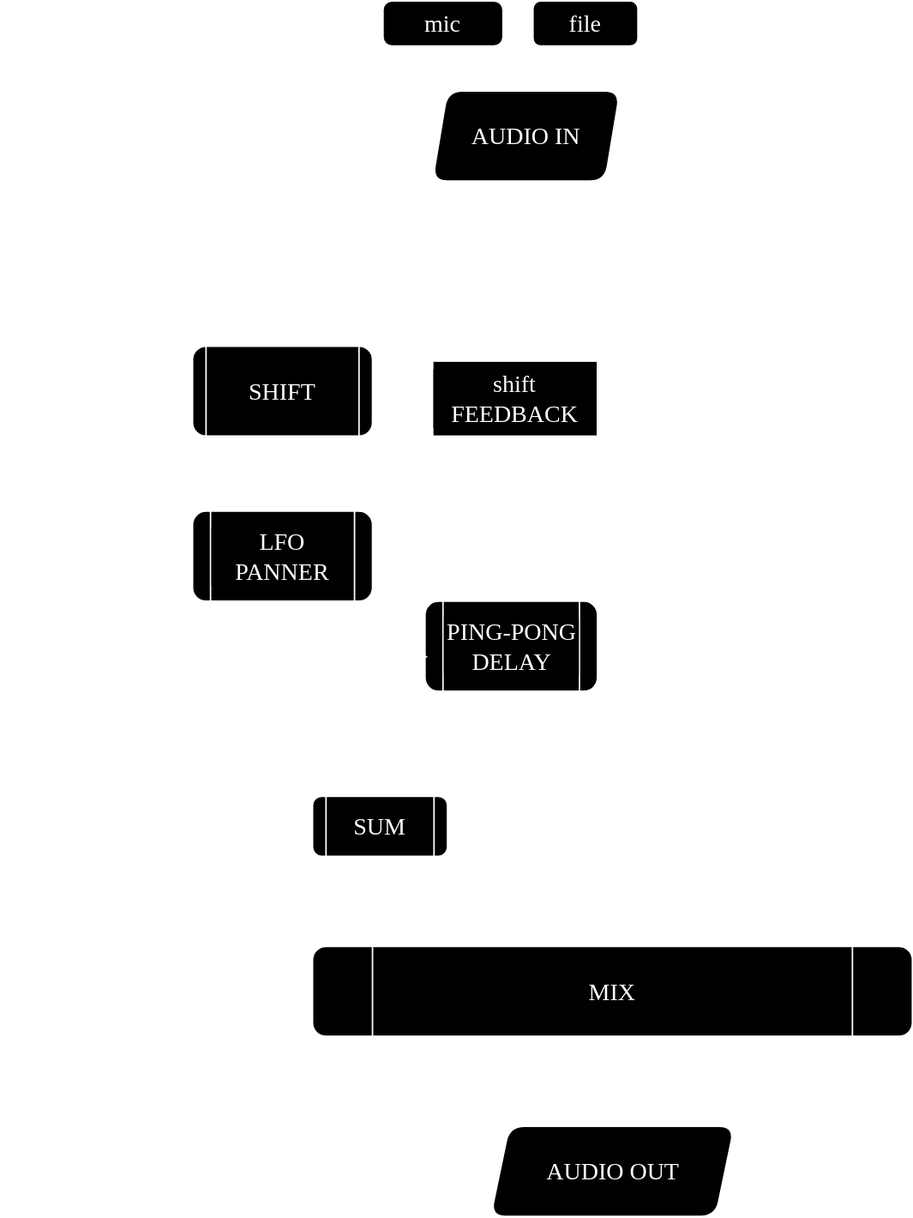
Before: shift-signalflow.drawio.svg, a diagram exported from draw.io (krismakesstuff/shift). Source tidied: cells renumbered, new cells last; positions are measured from the earlier drawing's top-left corner, leaving out a move shared by most shapes.
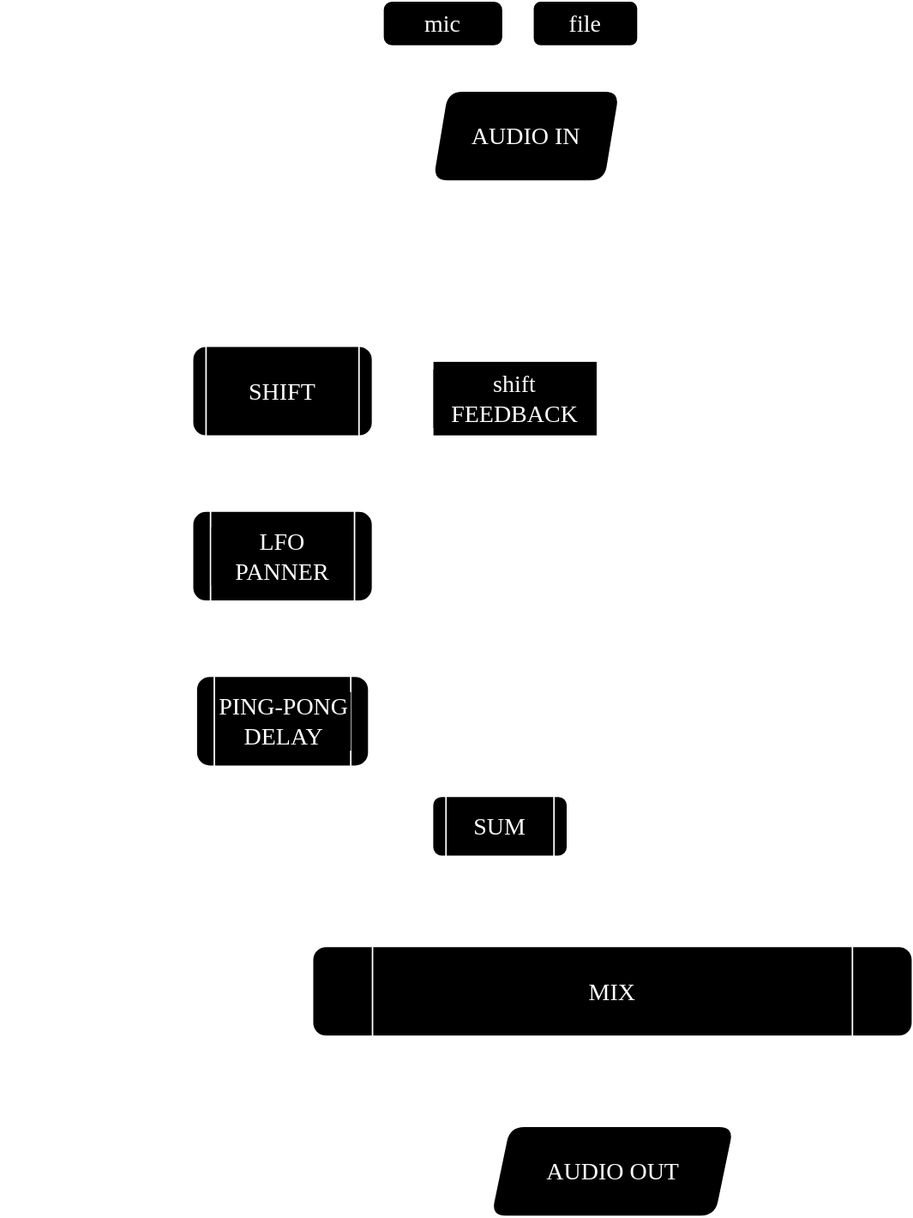
Above is the later version.

Diff of the diagram source:
```diff
@@ -41,22 +41,20 @@
     <mxCell id="10" value="shift FEEDBACK" style="shape=process;whiteSpace=wrap;html=1;backgroundOutline=1;rounded=1;labelBackgroundColor=default;fontFamily=Lucida Console;fontSize=16;arcSize=0;size=0;" parent="1" vertex="1">
       <mxGeometry x="288" y="240" width="110" height="50" as="geometry" />
     </mxCell>
+    <mxCell id="22" style="edgeStyle=orthogonalEdgeStyle;rounded=0;jettySize=auto;html=1;exitX=0.5;exitY=1;exitDx=0;exitDy=0;entryX=0.5;entryY=0;entryDx=0;entryDy=0;" parent="1" edge="1" source="12" target="21">
+      <mxGeometry relative="1" as="geometry" />
+    </mxCell>
-    <mxCell id="11" style="edgeStyle=orthogonalEdgeStyle;rounded=1;jettySize=auto;html=1;exitX=0.25;exitY=1;exitDx=0;exitDy=0;entryX=0.25;entryY=0;entryDx=0;entryDy=0;labelBackgroundColor=default;fontColor=default;fontFamily=Lucida Console;fontSize=16;" parent="1" edge="1" source="12" target="14">
-      <mxGeometry relative="1" as="geometry">
-        <Array as="points">
-          <mxPoint x="158" y="490" />
-          <mxPoint x="231" y="490" />
-        </Array>
-      </mxGeometry>
+    <mxCell id="11" style="edgeStyle=orthogonalEdgeStyle;rounded=0;jettySize=auto;html=1;exitX=1;exitY=0.5;exitDx=0;exitDy=0;entryX=0.5;entryY=0;entryDx=0;entryDy=0;" parent="1" edge="1" source="12" target="14">
+      <mxGeometry relative="1" as="geometry" />
     </mxCell>
     <mxCell id="12" value="LFO PANNER" style="shape=process;whiteSpace=wrap;html=1;backgroundOutline=1;rounded=1;labelBackgroundColor=default;fontFamily=Lucida Console;fontSize=16;" parent="1" vertex="1">
       <mxGeometry x="128" y="340" width="120" height="60" as="geometry" />
     </mxCell>
-    <mxCell id="13" style="edgeStyle=orthogonalEdgeStyle;rounded=1;jettySize=auto;html=1;exitX=0.75;exitY=1;exitDx=0;exitDy=0;entryX=0.168;entryY=0;entryDx=0;entryDy=0;entryPerimeter=0;labelBackgroundColor=default;fontColor=default;fontFamily=Lucida Console;fontSize=16;" parent="1" edge="1" source="14" target="16">
+    <mxCell id="13" style="edgeStyle=orthogonalEdgeStyle;rounded=1;jettySize=auto;html=1;exitX=0.25;exitY=1;exitDx=0;exitDy=0;entryX=0.31;entryY=-0.05;entryDx=0;entryDy=0;labelBackgroundColor=default;fontColor=default;fontFamily=Lucida Console;fontSize=16;entryPerimeter=0;" parent="1" edge="1" source="14" target="16">
       <mxGeometry relative="1" as="geometry" />
     </mxCell>
     <mxCell id="14" value="SUM" style="shape=process;whiteSpace=wrap;html=1;backgroundOutline=1;rounded=1;labelBackgroundColor=default;fontFamily=Lucida Console;fontSize=16;" parent="1" vertex="1">
-      <mxGeometry x="208" y="530" width="90" height="40" as="geometry" />
+      <mxGeometry x="288" y="530" width="90" height="40" as="geometry" />
     </mxCell>
     <mxCell id="15" style="edgeStyle=orthogonalEdgeStyle;rounded=1;jettySize=auto;html=1;exitX=0.5;exitY=1;exitDx=0;exitDy=0;entryX=0.5;entryY=0;entryDx=0;entryDy=0;labelBackgroundColor=default;fontColor=default;fontFamily=Lucida Console;fontSize=16;" parent="1" edge="1" source="16" target="23">
       <mxGeometry relative="1" as="geometry" />
@@ -83,21 +81,12 @@
     <mxCell id="19" value="AUDIO IN" style="shape=parallelogram;perimeter=parallelogramPerimeter;whiteSpace=wrap;html=1;fixedSize=1;size=10;rounded=1;labelBackgroundColor=default;fontFamily=Lucida Console;fontSize=16;" parent="1" vertex="1">
       <mxGeometry x="288" y="60" width="125" height="60" as="geometry" />
     </mxCell>
-    <mxCell id="20" style="edgeStyle=orthogonalEdgeStyle;rounded=1;jettySize=auto;html=1;exitX=0.25;exitY=1;exitDx=0;exitDy=0;entryX=0.75;entryY=0;entryDx=0;entryDy=0;labelBackgroundColor=default;fontColor=default;fontFamily=Lucida Console;fontSize=16;" parent="1" edge="1" source="21" target="14">
-      <mxGeometry relative="1" as="geometry">
-        <Array as="points">
-          <mxPoint x="300" y="460" />
-          <mxPoint x="300" y="490" />
-          <mxPoint x="276" y="490" />
-        </Array>
-      </mxGeometry>
+    <mxCell id="20" style="edgeStyle=orthogonalEdgeStyle;rounded=0;jettySize=auto;html=1;exitX=0.5;exitY=1;exitDx=0;exitDy=0;entryX=0;entryY=0.5;entryDx=0;entryDy=0;" parent="1" edge="1" source="21" target="14">
+      <mxGeometry relative="1" as="geometry" />
     </mxCell>
     <mxCell id="21" value="PING-PONG DELAY" style="shape=process;whiteSpace=wrap;html=1;backgroundOutline=1;rounded=1;labelBackgroundColor=default;fontFamily=Lucida Console;fontSize=16;" parent="1" vertex="1">
-      <mxGeometry x="283" y="400" width="115" height="60" as="geometry" />
+      <mxGeometry x="130.5" y="450" width="115" height="60" as="geometry" />
     </mxCell>
-    <mxCell id="22" style="edgeStyle=orthogonalEdgeStyle;rounded=1;jettySize=auto;html=1;exitX=0.75;exitY=1;exitDx=0;exitDy=0;entryX=0.017;entryY=0.617;entryDx=0;entryDy=0;entryPerimeter=0;labelBackgroundColor=default;fontColor=default;fontFamily=Lucida Console;fontSize=16;" parent="1" edge="1" source="12" target="21">
-      <mxGeometry relative="1" as="geometry" />
-    </mxCell>
     <mxCell id="23" value="AUDIO OUT" style="shape=parallelogram;perimeter=parallelogramPerimeter;whiteSpace=wrap;html=1;fixedSize=1;size=12.5;rounded=1;labelBackgroundColor=default;fontFamily=Lucida Console;fontSize=16;" parent="1" vertex="1">
       <mxGeometry x="326.8" y="750" width="162.5" height="60" as="geometry" />
     </mxCell>
@@ -108,13 +97,13 @@
       <mxGeometry y="245" width="120" height="30" as="geometry" />
     </mxCell>
     <mxCell id="26" value="traditional ping-pong delay" style="text;html=1;align=center;verticalAlign=middle;whiteSpace=wrap;rounded=1;labelBackgroundColor=none;fontFamily=Lucida Console;fontSize=13;" parent="1" vertex="1">
-      <mxGeometry x="410" y="420" width="120" height="30" as="geometry" />
+      <mxGeometry y="460" width="120" height="30" as="geometry" />
     </mxCell>
     <mxCell id="27" value="amount fed back to a 2nd sample delay stage" style="text;html=1;align=center;verticalAlign=middle;whiteSpace=wrap;rounded=1;labelBackgroundColor=none;fontFamily=Lucida Console;fontSize=13;" parent="1" vertex="1">
       <mxGeometry x="410" y="250" width="120" height="30" as="geometry" />
     </mxCell>
     <mxCell id="28" value="sum panner &amp;amp; delay" style="text;html=1;align=center;verticalAlign=middle;whiteSpace=wrap;rounded=1;labelBackgroundColor=none;fontFamily=Lucida Console;fontSize=13;" parent="1" vertex="1">
-      <mxGeometry x="85" y="545" width="120" height="30" as="geometry" />
+      <mxGeometry x="385" y="535" width="120" height="30" as="geometry" />
     </mxCell>
     <mxCell id="29" value="WET" style="text;html=1;align=center;verticalAlign=middle;whiteSpace=wrap;rounded=1;labelBackgroundColor=none;fontFamily=Lucida Console;fontSize=13;" parent="1" vertex="1">
       <mxGeometry x="189" y="120" width="120" height="30" as="geometry" />
```
